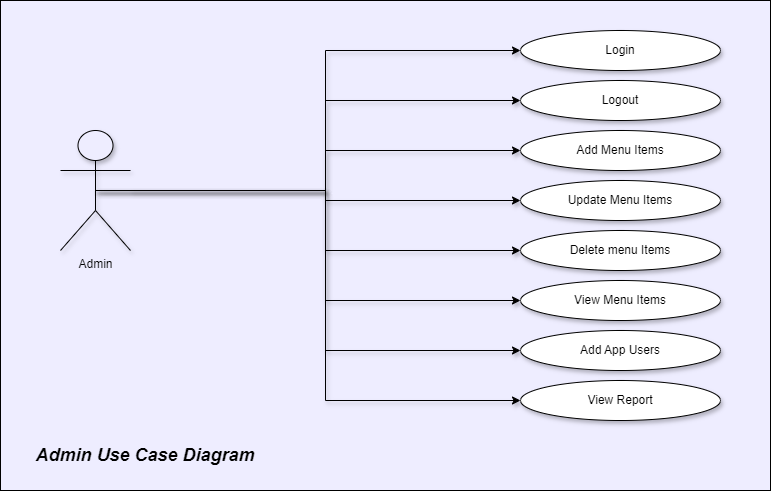
Above: UML Diagrams/Use Case Diagram/AdminUseCaseDiagram.drawio.png in Poyam-ITT/Cafeteria_Recommendation_Engine (draw.io), before the change. Source tidied: cells renumbered, new cells last; positions are measured from the earlier drawing's top-left corner, leaving out a move shared by most shapes. The source it was exported from:
```xml
<mxGraphModel>
  <root>
    <mxCell id="0" />
    <mxCell id="1" parent="0" />
    <mxCell id="2" style="rounded=0;whiteSpace=wrap;html=1;fillColor=#EEEDFF;" parent="1" vertex="1">
      <mxGeometry width="770" height="490" as="geometry" />
    </mxCell>
    <mxCell id="3" style="edgeStyle=orthogonalEdgeStyle;rounded=0;jettySize=auto;html=1;entryX=0;entryY=0.5;entryDx=0;entryDy=0;shadow=1;" parent="1" edge="1" source="9" target="10">
      <mxGeometry relative="1" as="geometry" />
    </mxCell>
    <mxCell id="4" style="edgeStyle=orthogonalEdgeStyle;rounded=0;jettySize=auto;html=1;exitX=0.5;exitY=0.5;exitDx=0;exitDy=0;exitPerimeter=0;entryX=0;entryY=0.5;entryDx=0;entryDy=0;shadow=1;" parent="1" edge="1" source="9" target="11">
      <mxGeometry relative="1" as="geometry" />
    </mxCell>
    <mxCell id="5" style="edgeStyle=orthogonalEdgeStyle;rounded=0;jettySize=auto;html=1;exitX=0.5;exitY=0.5;exitDx=0;exitDy=0;exitPerimeter=0;entryX=0;entryY=0.5;entryDx=0;entryDy=0;shadow=1;" parent="1" edge="1" source="9" target="12">
      <mxGeometry relative="1" as="geometry">
        <Array as="points">
          <mxPoint x="325" y="190" />
          <mxPoint x="325" y="150" />
        </Array>
      </mxGeometry>
    </mxCell>
    <mxCell id="6" style="edgeStyle=orthogonalEdgeStyle;rounded=0;jettySize=auto;html=1;exitX=0.5;exitY=0.5;exitDx=0;exitDy=0;exitPerimeter=0;shadow=1;" parent="1" edge="1" source="9" target="13">
      <mxGeometry relative="1" as="geometry" />
    </mxCell>
    <mxCell id="7" style="edgeStyle=orthogonalEdgeStyle;rounded=0;jettySize=auto;html=1;exitX=0.5;exitY=0.5;exitDx=0;exitDy=0;exitPerimeter=0;entryX=0;entryY=0.5;entryDx=0;entryDy=0;shadow=1;" parent="1" edge="1" source="9" target="14">
      <mxGeometry relative="1" as="geometry" />
    </mxCell>
    <mxCell id="8" style="edgeStyle=orthogonalEdgeStyle;rounded=0;jettySize=auto;html=1;exitX=0.5;exitY=0.5;exitDx=0;exitDy=0;exitPerimeter=0;entryX=0;entryY=0.5;entryDx=0;entryDy=0;shadow=1;" parent="1" edge="1" source="9" target="15">
      <mxGeometry relative="1" as="geometry">
        <Array as="points">
          <mxPoint x="325" y="190" />
          <mxPoint x="325" y="350" />
        </Array>
      </mxGeometry>
    </mxCell>
    <mxCell id="9" value="Admin" style="shape=umlActor;verticalLabelPosition=bottom;verticalAlign=top;html=1;outlineConnect=0;fillColor=#EEEDFF;shadow=1;" parent="1" vertex="1">
      <mxGeometry x="60" y="130" width="70" height="120" as="geometry" />
    </mxCell>
    <mxCell id="10" value="Login" style="ellipse;whiteSpace=wrap;html=1;shadow=1;" parent="1" vertex="1">
      <mxGeometry x="520" y="30" width="200" height="40" as="geometry" />
    </mxCell>
    <mxCell id="11" value="Logout" style="ellipse;whiteSpace=wrap;html=1;shadow=1;" parent="1" vertex="1">
      <mxGeometry x="520" y="80" width="200" height="40" as="geometry" />
    </mxCell>
    <mxCell id="12" value="Add Menu Items" style="ellipse;whiteSpace=wrap;html=1;shadow=1;" parent="1" vertex="1">
      <mxGeometry x="520" y="130" width="200" height="40" as="geometry" />
    </mxCell>
    <mxCell id="13" value="Update Menu Items" style="ellipse;whiteSpace=wrap;html=1;shadow=1;" parent="1" vertex="1">
      <mxGeometry x="520" y="180" width="200" height="40" as="geometry" />
    </mxCell>
    <mxCell id="14" value="View Menu Items" style="ellipse;whiteSpace=wrap;html=1;shadow=1;" parent="1" vertex="1">
      <mxGeometry x="520" y="280" width="200" height="40" as="geometry" />
    </mxCell>
    <mxCell id="15" value="Add App Users" style="ellipse;whiteSpace=wrap;html=1;shadow=1;" parent="1" vertex="1">
      <mxGeometry x="520" y="330" width="200" height="40" as="geometry" />
    </mxCell>
    <mxCell id="16" value="Delete menu Items" style="ellipse;whiteSpace=wrap;html=1;shadow=1;" parent="1" vertex="1">
      <mxGeometry x="520" y="230" width="200" height="40" as="geometry" />
    </mxCell>
    <mxCell id="17" style="edgeStyle=orthogonalEdgeStyle;rounded=0;jettySize=auto;html=1;exitX=0.5;exitY=0.5;exitDx=0;exitDy=0;exitPerimeter=0;entryX=0;entryY=0.5;entryDx=0;entryDy=0;shadow=1;" parent="1" edge="1" source="9" target="16">
      <mxGeometry relative="1" as="geometry" />
    </mxCell>
    <mxCell id="18" value="View Report" style="ellipse;whiteSpace=wrap;html=1;shadow=1;" parent="1" vertex="1">
      <mxGeometry x="520" y="380" width="200" height="40" as="geometry" />
    </mxCell>
    <mxCell id="19" style="edgeStyle=orthogonalEdgeStyle;rounded=0;orthogonalLoop=1;jettySize=auto;html=1;exitX=0.5;exitY=0.5;exitDx=0;exitDy=0;exitPerimeter=0;shadow=1;" parent="1" edge="1">
      <mxGeometry relative="1" as="geometry">
        <mxPoint x="100" y="190" as="sourcePoint" />
        <mxPoint x="520" y="400" as="targetPoint" />
        <Array as="points">
          <mxPoint x="325" y="190" />
          <mxPoint x="325" y="400" />
          <mxPoint x="515" y="400" />
        </Array>
      </mxGeometry>
    </mxCell>
    <mxCell id="20" value="&lt;b&gt;&lt;i&gt;&lt;font style=&quot;font-size: 18px;&quot;&gt;Admin Use Case Diagram&lt;/font&gt;&lt;/i&gt;&lt;/b&gt;" style="text;html=1;align=center;verticalAlign=middle;whiteSpace=wrap;rounded=0;" parent="1" vertex="1">
      <mxGeometry x="30" y="440" width="230" height="30" as="geometry" />
    </mxCell>
  </root>
</mxGraphModel>
```
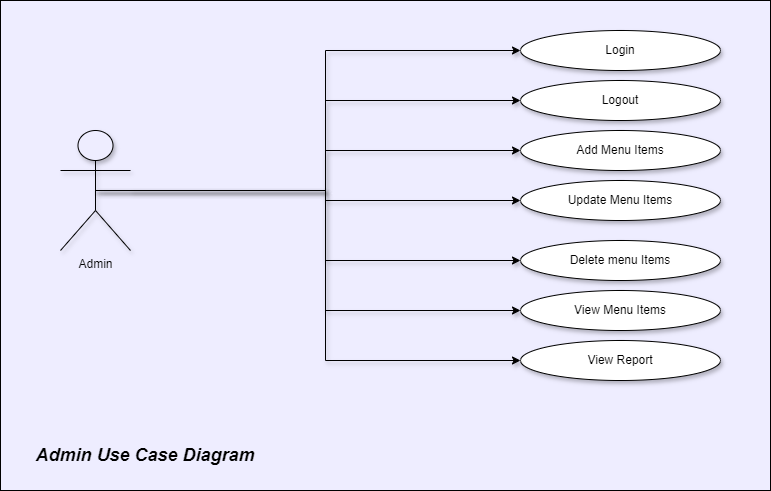
The same diagram one commit later.

Commit message:
Modified Admin use case diagram

The edit, as a diff of the source:
```diff
@@ -25,14 +25,6 @@
     <mxCell id="7" style="edgeStyle=orthogonalEdgeStyle;rounded=0;jettySize=auto;html=1;exitX=0.5;exitY=0.5;exitDx=0;exitDy=0;exitPerimeter=0;entryX=0;entryY=0.5;entryDx=0;entryDy=0;shadow=1;" parent="1" edge="1" source="9" target="14">
       <mxGeometry relative="1" as="geometry" />
     </mxCell>
-    <mxCell id="8" style="edgeStyle=orthogonalEdgeStyle;rounded=0;jettySize=auto;html=1;exitX=0.5;exitY=0.5;exitDx=0;exitDy=0;exitPerimeter=0;entryX=0;entryY=0.5;entryDx=0;entryDy=0;shadow=1;" parent="1" edge="1" source="9" target="15">
-      <mxGeometry relative="1" as="geometry">
-        <Array as="points">
-          <mxPoint x="325" y="190" />
-          <mxPoint x="325" y="350" />
-        </Array>
-      </mxGeometry>
-    </mxCell>
     <mxCell id="9" value="Admin" style="shape=umlActor;verticalLabelPosition=bottom;verticalAlign=top;html=1;outlineConnect=0;fillColor=#EEEDFF;shadow=1;" parent="1" vertex="1">
       <mxGeometry x="60" y="130" width="70" height="120" as="geometry" />
     </mxCell>
@@ -49,28 +41,23 @@
       <mxGeometry x="520" y="180" width="200" height="40" as="geometry" />
     </mxCell>
     <mxCell id="14" value="View Menu Items" style="ellipse;whiteSpace=wrap;html=1;shadow=1;" parent="1" vertex="1">
-      <mxGeometry x="520" y="280" width="200" height="40" as="geometry" />
+      <mxGeometry x="520" y="290" width="200" height="40" as="geometry" />
     </mxCell>
-    <mxCell id="15" value="Add App Users" style="ellipse;whiteSpace=wrap;html=1;shadow=1;" parent="1" vertex="1">
-      <mxGeometry x="520" y="330" width="200" height="40" as="geometry" />
-    </mxCell>
     <mxCell id="16" value="Delete menu Items" style="ellipse;whiteSpace=wrap;html=1;shadow=1;" parent="1" vertex="1">
-      <mxGeometry x="520" y="230" width="200" height="40" as="geometry" />
+      <mxGeometry x="520" y="240" width="200" height="40" as="geometry" />
     </mxCell>
     <mxCell id="17" style="edgeStyle=orthogonalEdgeStyle;rounded=0;jettySize=auto;html=1;exitX=0.5;exitY=0.5;exitDx=0;exitDy=0;exitPerimeter=0;entryX=0;entryY=0.5;entryDx=0;entryDy=0;shadow=1;" parent="1" edge="1" source="9" target="16">
       <mxGeometry relative="1" as="geometry" />
     </mxCell>
     <mxCell id="18" value="View Report" style="ellipse;whiteSpace=wrap;html=1;shadow=1;" parent="1" vertex="1">
-      <mxGeometry x="520" y="380" width="200" height="40" as="geometry" />
+      <mxGeometry x="520" y="340" width="200" height="40" as="geometry" />
     </mxCell>
-    <mxCell id="19" style="edgeStyle=orthogonalEdgeStyle;rounded=0;orthogonalLoop=1;jettySize=auto;html=1;exitX=0.5;exitY=0.5;exitDx=0;exitDy=0;exitPerimeter=0;shadow=1;" parent="1" edge="1">
+    <mxCell id="19" style="edgeStyle=orthogonalEdgeStyle;rounded=0;jettySize=auto;html=1;exitX=0.5;exitY=0.5;exitDx=0;exitDy=0;exitPerimeter=0;shadow=1;entryX=0;entryY=0.5;entryDx=0;entryDy=0;" parent="1" edge="1" target="18">
       <mxGeometry relative="1" as="geometry">
         <mxPoint x="100" y="190" as="sourcePoint" />
-        <mxPoint x="520" y="400" as="targetPoint" />
         <Array as="points">
           <mxPoint x="325" y="190" />
-          <mxPoint x="325" y="400" />
-          <mxPoint x="515" y="400" />
+          <mxPoint x="325" y="360" />
         </Array>
       </mxGeometry>
     </mxCell>
```
